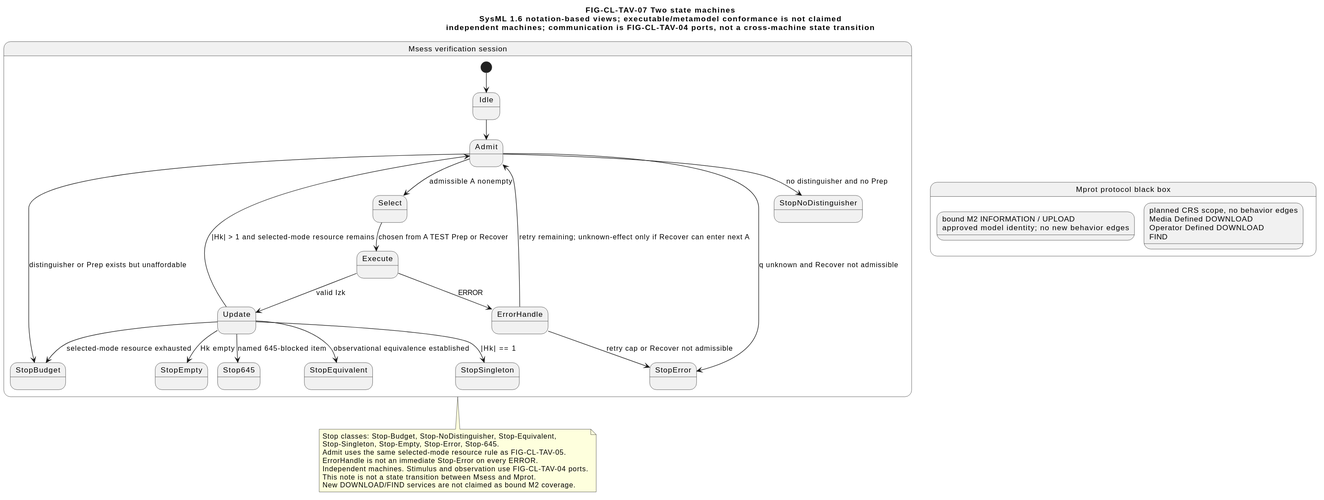
The PlantUML diagram artifacts/publications/cltav/figures/FIG-CL-TAV-07-two-state-machines.svg in ZhangChi0727/arinc-615a-conformance, before a commit. Its diagram source:
```plantuml
@startuml
skinparam shadowing false
title FIG-CL-TAV-07 Two state machines\nSysML 1.6 notation-based views; executable/metamodel conformance is not claimed\nindependent machines; communication is FIG-CL-TAV-04 ports, not a cross-machine state transition

state Msess as "Msess verification session" {
  [*] --> Idle
  Idle --> Admit
  Admit --> Select : admissible A nonempty
  Admit --> StopBudget : distinguisher or Prep exists but unaffordable
  Admit --> StopNoDistinguisher : no distinguisher and no Prep
  Admit --> StopError : q unknown and Recover not admissible
  Select --> Execute : chosen from A TEST Prep or Recover
  Execute --> Update : valid Izk
  Execute --> ErrorHandle : ERROR
  ErrorHandle --> Admit : retry remaining; unknown-effect only if Recover can enter next A
  ErrorHandle --> StopError : retry cap or Recover not admissible
  Update --> Admit : |Hk| > 1 and selected-mode resource remains
  Update --> StopBudget : selected-mode resource exhausted
  Update --> StopEquivalent : observational equivalence established
  Update --> StopSingleton : |Hk| == 1
  Update --> StopEmpty : Hk empty
  Update --> Stop645 : named 645-blocked item
}

state Mprot as "Mprot protocol black box" {
  state BoundM2 as "bound M2 INFORMATION / UPLOAD\napproved model identity; no new behavior edges"
  state PlannedScope as "planned CRS scope, no behavior edges\nMedia Defined DOWNLOAD\nOperator Defined DOWNLOAD\nFIND"
}

note bottom of Msess
  Stop classes: Stop-Budget, Stop-NoDistinguisher, Stop-Equivalent,
  Stop-Singleton, Stop-Empty, Stop-Error, Stop-645.
  Admit uses the same selected-mode resource rule as FIG-CL-TAV-05.
  ErrorHandle is not an immediate Stop-Error on every ERROR.
  Independent machines. Stimulus and observation use FIG-CL-TAV-04 ports.
  This note is not a state transition between Msess and Mprot.
  New DOWNLOAD/FIND services are not claimed as bound M2 coverage.
end note
@enduml
```
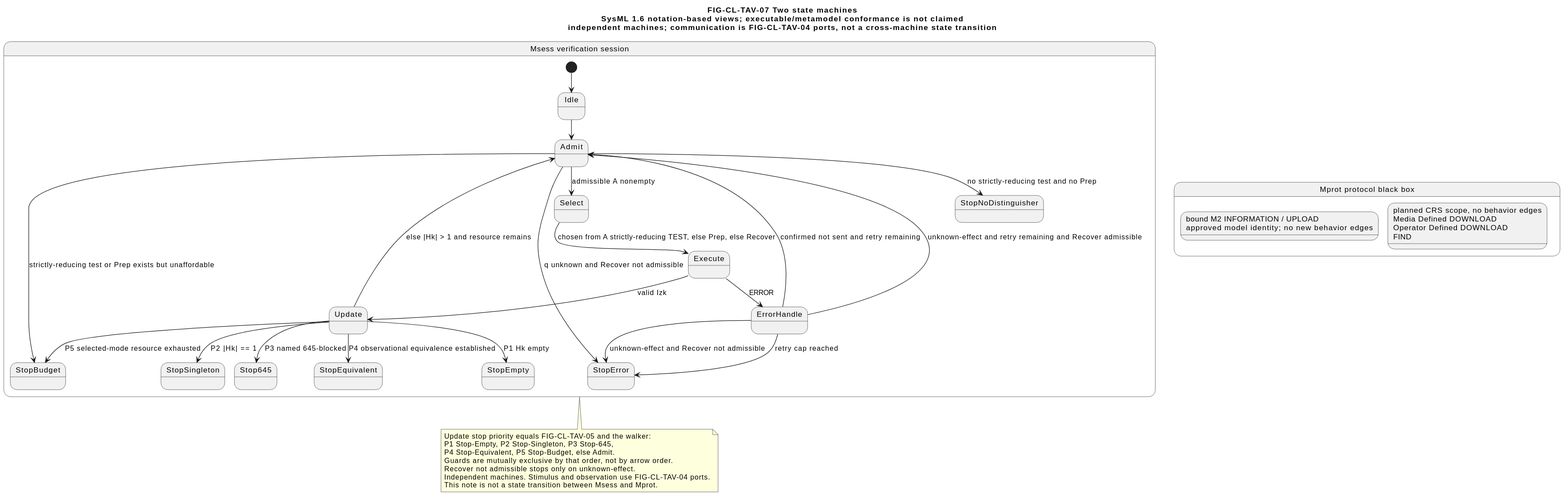
After the commit.

Change to the diagram source:
```diff
@@ -6,20 +6,22 @@
   [*] --> Idle
   Idle --> Admit
   Admit --> Select : admissible A nonempty
-  Admit --> StopBudget : distinguisher or Prep exists but unaffordable
-  Admit --> StopNoDistinguisher : no distinguisher and no Prep
+  Admit --> StopBudget : strictly-reducing test or Prep exists but unaffordable
+  Admit --> StopNoDistinguisher : no strictly-reducing test and no Prep
   Admit --> StopError : q unknown and Recover not admissible
-  Select --> Execute : chosen from A TEST Prep or Recover
+  Select --> Execute : chosen from A strictly-reducing TEST, else Prep, else Recover
   Execute --> Update : valid Izk
   Execute --> ErrorHandle : ERROR
-  ErrorHandle --> Admit : retry remaining; unknown-effect only if Recover can enter next A
-  ErrorHandle --> StopError : retry cap or Recover not admissible
-  Update --> Admit : |Hk| > 1 and selected-mode resource remains
-  Update --> StopBudget : selected-mode resource exhausted
-  Update --> StopEquivalent : observational equivalence established
-  Update --> StopSingleton : |Hk| == 1
-  Update --> StopEmpty : Hk empty
-  Update --> Stop645 : named 645-blocked item
+  ErrorHandle --> StopError : retry cap reached
+  ErrorHandle --> StopError : unknown-effect and Recover not admissible
+  ErrorHandle --> Admit : confirmed not sent and retry remaining
+  ErrorHandle --> Admit : unknown-effect and retry remaining and Recover admissible
+  Update --> StopEmpty : P1 Hk empty
+  Update --> StopSingleton : P2 |Hk| == 1
+  Update --> Stop645 : P3 named 645-blocked
+  Update --> StopEquivalent : P4 observational equivalence established
+  Update --> StopBudget : P5 selected-mode resource exhausted
+  Update --> Admit : else |Hk| > 1 and resource remains
 }
 
 state Mprot as "Mprot protocol black box" {
@@ -28,12 +30,12 @@
 }
 
 note bottom of Msess
-  Stop classes: Stop-Budget, Stop-NoDistinguisher, Stop-Equivalent,
-  Stop-Singleton, Stop-Empty, Stop-Error, Stop-645.
-  Admit uses the same selected-mode resource rule as FIG-CL-TAV-05.
-  ErrorHandle is not an immediate Stop-Error on every ERROR.
+  Update stop priority equals FIG-CL-TAV-05 and the walker:
+  P1 Stop-Empty, P2 Stop-Singleton, P3 Stop-645,
+  P4 Stop-Equivalent, P5 Stop-Budget, else Admit.
+  Guards are mutually exclusive by that order, not by arrow order.
+  Recover not admissible stops only on unknown-effect.
   Independent machines. Stimulus and observation use FIG-CL-TAV-04 ports.
   This note is not a state transition between Msess and Mprot.
-  New DOWNLOAD/FIND services are not claimed as bound M2 coverage.
 end note
 @enduml
```
